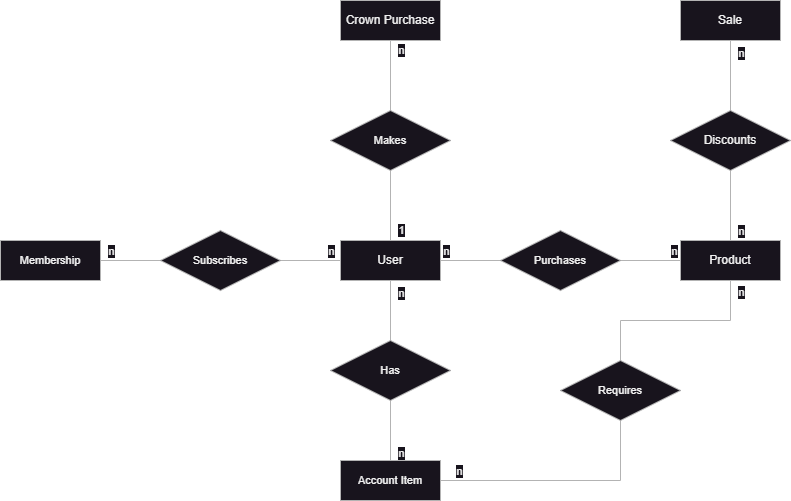
rpeixe/AspNetCore-MvcStore keeps this draw.io diagram as ERModel.png. Above is the earlier version. Source tidied: cells renumbered, new cells last; positions are measured from the earlier drawing's top-left corner, leaving out a move shared by most shapes.
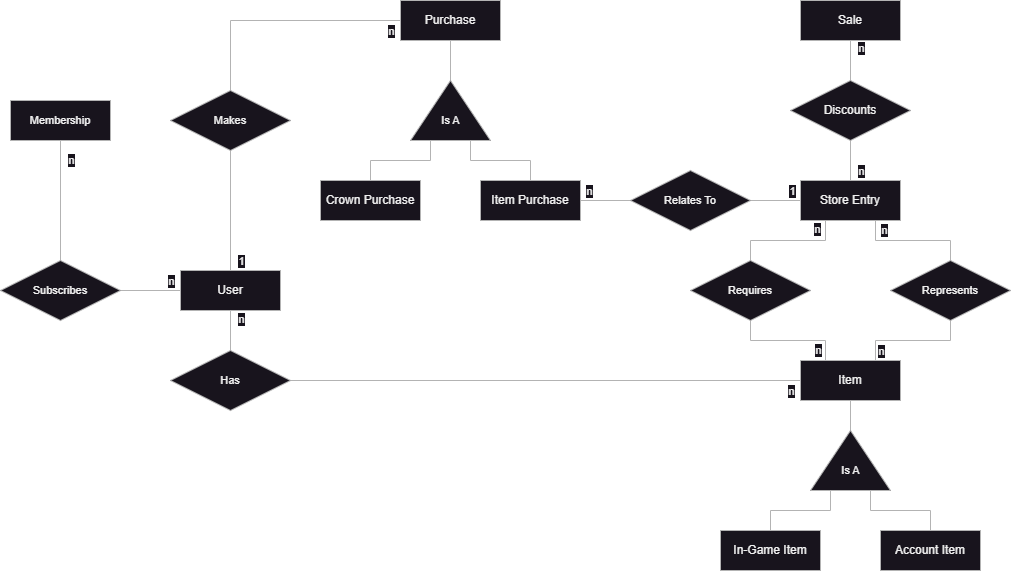
After the change.

Commit message:
Updated conceptual model

Diff of the diagram source:
```diff
@@ -7,7 +7,7 @@
     </mxCell>
     <mxCell id="3" value="1" style="edgeLabel;html=1;align=center;verticalAlign=middle;fontFamily=Helvetica;fontSize=11;fontColor=default;labelBackgroundColor=default;" parent="2" vertex="1">
       <mxGeometry x="-0.64" relative="1" as="geometry">
-        <mxPoint x="10" y="2" as="offset" />
+        <mxPoint x="10" y="12" as="offset" />
       </mxGeometry>
     </mxCell>
     <mxCell id="4" style="edgeStyle=orthogonalEdgeStyle;shape=connector;rounded=0;jettySize=auto;html=1;strokeColor=#B3B3B3;align=center;verticalAlign=middle;fontFamily=Helvetica;fontSize=11;fontColor=default;labelBackgroundColor=default;endArrow=none;endFill=0;" parent="1" edge="1" source="10" target="26">
@@ -18,14 +18,6 @@
         <mxPoint x="9" as="offset" />
       </mxGeometry>
     </mxCell>
-    <mxCell id="6" style="edgeStyle=orthogonalEdgeStyle;shape=connector;rounded=0;jettySize=auto;html=1;strokeColor=#B3B3B3;align=center;verticalAlign=middle;fontFamily=Helvetica;fontSize=11;fontColor=default;labelBackgroundColor=default;endArrow=none;endFill=0;" parent="1" edge="1" source="10" target="27">
-      <mxGeometry relative="1" as="geometry" />
-    </mxCell>
-    <mxCell id="7" value="n" style="edgeLabel;html=1;align=center;verticalAlign=middle;fontFamily=Helvetica;fontSize=11;fontColor=default;labelBackgroundColor=default;" parent="6" vertex="1">
-      <mxGeometry x="-0.77" relative="1" as="geometry">
-        <mxPoint x="-2" y="-10" as="offset" />
-      </mxGeometry>
-    </mxCell>
     <mxCell id="8" style="edgeStyle=orthogonalEdgeStyle;shape=connector;rounded=0;jettySize=auto;html=1;strokeColor=#B3B3B3;align=center;verticalAlign=middle;fontFamily=Helvetica;fontSize=11;fontColor=default;labelBackgroundColor=default;endArrow=none;endFill=0;" parent="1" edge="1" source="10" target="31">
       <mxGeometry relative="1" as="geometry" />
     </mxCell>
@@ -35,92 +27,102 @@
       </mxGeometry>
     </mxCell>
     <mxCell id="10" value="User" style="whiteSpace=wrap;html=1;align=center;strokeColor=#B3B3B3;" parent="1" vertex="1">
-      <mxGeometry x="340" y="240" width="100" height="40" as="geometry" />
+      <mxGeometry x="340" y="290" width="100" height="40" as="geometry" />
     </mxCell>
+    <mxCell id="38" style="edgeStyle=orthogonalEdgeStyle;shape=connector;rounded=0;jettySize=auto;html=1;exitX=0.5;exitY=1;exitDx=0;exitDy=0;entryX=1;entryY=0.5;entryDx=0;entryDy=0;strokeColor=#B3B3B3;align=center;verticalAlign=middle;fontFamily=Helvetica;fontSize=11;fontColor=default;labelBackgroundColor=default;endArrow=none;endFill=0;" parent="1" edge="1" source="11" target="58">
+      <mxGeometry relative="1" as="geometry" />
+    </mxCell>
-    <mxCell id="11" value="Crown Purchase" style="whiteSpace=wrap;html=1;align=center;strokeColor=#B3B3B3;" parent="1" vertex="1">
-      <mxGeometry x="340" width="100" height="40" as="geometry" />
+    <mxCell id="11" value="Purchase" style="whiteSpace=wrap;html=1;align=center;strokeColor=#B3B3B3;" parent="1" vertex="1">
+      <mxGeometry x="560" y="20" width="100" height="40" as="geometry" />
     </mxCell>
-    <mxCell id="12" style="edgeStyle=orthogonalEdgeStyle;shape=connector;rounded=0;jettySize=auto;html=1;strokeColor=#B3B3B3;align=center;verticalAlign=middle;fontFamily=Helvetica;fontSize=11;fontColor=default;labelBackgroundColor=default;endArrow=none;endFill=0;" parent="1" edge="1" source="16" target="23">
+    <mxCell id="12" style="edgeStyle=orthogonalEdgeStyle;shape=connector;rounded=0;jettySize=auto;html=1;strokeColor=#B3B3B3;align=center;verticalAlign=middle;fontFamily=Helvetica;fontSize=11;fontColor=default;labelBackgroundColor=default;endArrow=none;endFill=0;exitX=0.25;exitY=1;exitDx=0;exitDy=0;entryX=0.5;entryY=0;entryDx=0;entryDy=0;" parent="1" edge="1" source="16" target="23">
       <mxGeometry relative="1" as="geometry" />
     </mxCell>
     <mxCell id="13" value="n" style="edgeLabel;html=1;align=center;verticalAlign=middle;fontFamily=Helvetica;fontSize=11;fontColor=default;labelBackgroundColor=default;" parent="12" vertex="1">
       <mxGeometry x="-0.89" y="1" relative="1" as="geometry">
-        <mxPoint x="9" as="offset" />
+        <mxPoint x="-10" y="2" as="offset" />
       </mxGeometry>
     </mxCell>
-    <mxCell id="14" style="edgeStyle=orthogonalEdgeStyle;shape=connector;rounded=0;jettySize=auto;html=1;strokeColor=#B3B3B3;align=center;verticalAlign=middle;fontFamily=Helvetica;fontSize=11;fontColor=default;labelBackgroundColor=default;endArrow=none;endFill=0;" parent="1" edge="1" source="16" target="27">
+    <mxCell id="14" style="edgeStyle=orthogonalEdgeStyle;shape=connector;rounded=0;jettySize=auto;html=1;strokeColor=#B3B3B3;align=center;verticalAlign=middle;fontFamily=Helvetica;fontSize=11;fontColor=default;labelBackgroundColor=default;endArrow=none;endFill=0;entryX=1;entryY=0.5;entryDx=0;entryDy=0;" parent="1" edge="1" source="16" target="56">
       <mxGeometry relative="1" as="geometry" />
     </mxCell>
-    <mxCell id="15" value="n" style="edgeLabel;html=1;align=center;verticalAlign=middle;fontFamily=Helvetica;fontSize=11;fontColor=default;labelBackgroundColor=default;" parent="14" vertex="1">
+    <mxCell id="15" value="1" style="edgeLabel;html=1;align=center;verticalAlign=middle;fontFamily=Helvetica;fontSize=11;fontColor=default;labelBackgroundColor=default;" parent="14" vertex="1">
       <mxGeometry x="-0.8" y="-1" relative="1" as="geometry">
-        <mxPoint x="-1" y="-9" as="offset" />
+        <mxPoint x="27" y="-9" as="offset" />
       </mxGeometry>
     </mxCell>
+    <mxCell id="39" value="1" style="edgeLabel;html=1;align=center;verticalAlign=middle;strokeColor=#B3B3B3;fontFamily=Helvetica;fontSize=11;fontColor=default;labelBackgroundColor=default;fillColor=default;" parent="14" vertex="1">
+      <mxGeometry x="-0.63" y="-1" relative="1" as="geometry">
+        <mxPoint y="-9" as="offset" />
+      </mxGeometry>
+    </mxCell>
+    <mxCell id="40" style="edgeStyle=orthogonalEdgeStyle;shape=connector;rounded=0;jettySize=auto;html=1;exitX=0.75;exitY=1;exitDx=0;exitDy=0;entryX=0.5;entryY=0;entryDx=0;entryDy=0;strokeColor=#B3B3B3;align=center;verticalAlign=middle;fontFamily=Helvetica;fontSize=11;fontColor=default;labelBackgroundColor=default;endArrow=none;endFill=0;" parent="1" edge="1" source="16" target="48">
+      <mxGeometry relative="1" as="geometry" />
+    </mxCell>
+    <mxCell id="41" value="n" style="edgeLabel;html=1;align=center;verticalAlign=middle;strokeColor=#B3B3B3;fontFamily=Helvetica;fontSize=11;fontColor=default;labelBackgroundColor=default;fillColor=default;" parent="40" vertex="1">
+      <mxGeometry x="-0.83" y="-1" relative="1" as="geometry">
+        <mxPoint x="9" y="-1" as="offset" />
+      </mxGeometry>
+    </mxCell>
-    <mxCell id="16" value="Product" style="whiteSpace=wrap;html=1;align=center;strokeColor=#B3B3B3;" parent="1" vertex="1">
-      <mxGeometry x="680" y="240" width="100" height="40" as="geometry" />
+    <mxCell id="16" value="Store Entry" style="whiteSpace=wrap;html=1;align=center;strokeColor=#B3B3B3;" parent="1" vertex="1">
+      <mxGeometry x="960" y="200" width="100" height="40" as="geometry" />
     </mxCell>
-    <mxCell id="17" style="edgeStyle=orthogonalEdgeStyle;shape=connector;rounded=0;jettySize=auto;html=1;strokeColor=#B3B3B3;align=center;verticalAlign=middle;fontFamily=Helvetica;fontSize=11;fontColor=default;labelBackgroundColor=default;endArrow=none;endFill=0;" parent="1" edge="1" source="19" target="11">
+    <mxCell id="17" style="edgeStyle=orthogonalEdgeStyle;shape=connector;rounded=0;jettySize=auto;html=1;strokeColor=#B3B3B3;align=center;verticalAlign=middle;fontFamily=Helvetica;fontSize=11;fontColor=default;labelBackgroundColor=default;endArrow=none;endFill=0;exitX=0.5;exitY=0;exitDx=0;exitDy=0;entryX=0;entryY=0.5;entryDx=0;entryDy=0;" parent="1" edge="1" source="19" target="11">
       <mxGeometry relative="1" as="geometry" />
     </mxCell>
     <mxCell id="18" value="n" style="edgeLabel;html=1;align=center;verticalAlign=middle;fontFamily=Helvetica;fontSize=11;fontColor=default;labelBackgroundColor=default;" parent="17" vertex="1">
       <mxGeometry x="0.75" y="1" relative="1" as="geometry">
-        <mxPoint x="11" as="offset" />
+        <mxPoint x="20" y="11" as="offset" />
       </mxGeometry>
     </mxCell>
     <mxCell id="19" value="Makes" style="shape=rhombus;perimeter=rhombusPerimeter;whiteSpace=wrap;html=1;align=center;fontFamily=Helvetica;fontSize=11;fontColor=default;labelBackgroundColor=default;strokeColor=#B3B3B3;" parent="1" vertex="1">
       <mxGeometry x="330" y="110" width="120" height="60" as="geometry" />
     </mxCell>
-    <mxCell id="20" style="edgeStyle=orthogonalEdgeStyle;shape=connector;rounded=0;jettySize=auto;html=1;strokeColor=#B3B3B3;align=center;verticalAlign=middle;fontFamily=Helvetica;fontSize=11;fontColor=default;labelBackgroundColor=default;endArrow=none;endFill=0;" parent="1" edge="1" source="22" target="23">
+    <mxCell id="20" style="edgeStyle=orthogonalEdgeStyle;shape=connector;rounded=0;jettySize=auto;html=1;strokeColor=#B3B3B3;align=center;verticalAlign=middle;fontFamily=Helvetica;fontSize=11;fontColor=default;labelBackgroundColor=default;endArrow=none;endFill=0;exitX=0.25;exitY=0;exitDx=0;exitDy=0;" parent="1" edge="1" source="45" target="23">
       <mxGeometry relative="1" as="geometry" />
     </mxCell>
     <mxCell id="21" value="n" style="edgeLabel;html=1;align=center;verticalAlign=middle;fontFamily=Helvetica;fontSize=11;fontColor=default;labelBackgroundColor=default;" parent="20" vertex="1">
       <mxGeometry x="-0.85" y="1" relative="1" as="geometry">
-        <mxPoint y="-9" as="offset" />
+        <mxPoint x="-7" y="-2" as="offset" />
       </mxGeometry>
     </mxCell>
-    <mxCell id="22" value="Account Item" style="whiteSpace=wrap;html=1;align=center;fontFamily=Helvetica;fontSize=11;fontColor=default;labelBackgroundColor=default;strokeColor=#B3B3B3;" parent="1" vertex="1">
-      <mxGeometry x="340" y="460" width="100" height="40" as="geometry" />
-    </mxCell>
     <mxCell id="23" value="Requires" style="shape=rhombus;perimeter=rhombusPerimeter;whiteSpace=wrap;html=1;align=center;fontFamily=Helvetica;fontSize=11;fontColor=default;labelBackgroundColor=default;strokeColor=#B3B3B3;" parent="1" vertex="1">
-      <mxGeometry x="560" y="360" width="120" height="60" as="geometry" />
+      <mxGeometry x="850" y="280" width="120" height="60" as="geometry" />
     </mxCell>
-    <mxCell id="24" style="edgeStyle=orthogonalEdgeStyle;shape=connector;rounded=0;jettySize=auto;html=1;strokeColor=#B3B3B3;align=center;verticalAlign=middle;fontFamily=Helvetica;fontSize=11;fontColor=default;labelBackgroundColor=default;endArrow=none;endFill=0;" parent="1" edge="1" source="26" target="22">
+    <mxCell id="24" style="edgeStyle=orthogonalEdgeStyle;shape=connector;rounded=0;jettySize=auto;html=1;strokeColor=#B3B3B3;align=center;verticalAlign=middle;fontFamily=Helvetica;fontSize=11;fontColor=default;labelBackgroundColor=default;endArrow=none;endFill=0;entryX=0;entryY=0.5;entryDx=0;entryDy=0;exitX=1;exitY=0.5;exitDx=0;exitDy=0;" parent="1" edge="1" source="26" target="45">
       <mxGeometry relative="1" as="geometry" />
     </mxCell>
     <mxCell id="25" value="n" style="edgeLabel;html=1;align=center;verticalAlign=middle;fontFamily=Helvetica;fontSize=11;fontColor=default;labelBackgroundColor=default;" parent="24" vertex="1">
       <mxGeometry x="0.69" y="2" relative="1" as="geometry">
-        <mxPoint x="8" y="1" as="offset" />
+        <mxPoint x="70" y="12" as="offset" />
       </mxGeometry>
     </mxCell>
     <mxCell id="26" value="Has" style="shape=rhombus;perimeter=rhombusPerimeter;whiteSpace=wrap;html=1;align=center;fontFamily=Helvetica;fontSize=11;fontColor=default;labelBackgroundColor=default;strokeColor=#B3B3B3;" parent="1" vertex="1">
-      <mxGeometry x="330" y="340" width="120" height="60" as="geometry" />
+      <mxGeometry x="330" y="370" width="120" height="60" as="geometry" />
     </mxCell>
-    <mxCell id="27" value="Purchases" style="shape=rhombus;perimeter=rhombusPerimeter;whiteSpace=wrap;html=1;align=center;fontFamily=Helvetica;fontSize=11;fontColor=default;labelBackgroundColor=default;strokeColor=#B3B3B3;" parent="1" vertex="1">
-      <mxGeometry x="500" y="230" width="120" height="60" as="geometry" />
-    </mxCell>
     <mxCell id="28" value="Membership" style="whiteSpace=wrap;html=1;align=center;fontFamily=Helvetica;fontSize=11;fontColor=default;labelBackgroundColor=default;strokeColor=#B3B3B3;" parent="1" vertex="1">
-      <mxGeometry y="240" width="100" height="40" as="geometry" />
+      <mxGeometry x="170" y="120" width="100" height="40" as="geometry" />
     </mxCell>
     <mxCell id="29" style="edgeStyle=orthogonalEdgeStyle;shape=connector;rounded=0;jettySize=auto;html=1;strokeColor=#B3B3B3;align=center;verticalAlign=middle;fontFamily=Helvetica;fontSize=11;fontColor=default;labelBackgroundColor=default;endArrow=none;endFill=0;" parent="1" edge="1" source="31" target="28">
       <mxGeometry relative="1" as="geometry" />
     </mxCell>
     <mxCell id="30" value="n" style="edgeLabel;html=1;align=center;verticalAlign=middle;fontFamily=Helvetica;fontSize=11;fontColor=default;labelBackgroundColor=default;" parent="29" vertex="1">
       <mxGeometry x="0.67" y="-2" relative="1" as="geometry">
-        <mxPoint y="-8" as="offset" />
+        <mxPoint x="8" y="-1" as="offset" />
       </mxGeometry>
     </mxCell>
     <mxCell id="31" value="Subscribes" style="shape=rhombus;perimeter=rhombusPerimeter;whiteSpace=wrap;html=1;align=center;fontFamily=Helvetica;fontSize=11;fontColor=default;labelBackgroundColor=default;strokeColor=#B3B3B3;" parent="1" vertex="1">
-      <mxGeometry x="160" y="230" width="120" height="60" as="geometry" />
+      <mxGeometry x="160" y="280" width="120" height="60" as="geometry" />
     </mxCell>
     <mxCell id="32" value="Sale" style="whiteSpace=wrap;html=1;align=center;strokeColor=#B3B3B3;" parent="1" vertex="1">
-      <mxGeometry x="680" width="100" height="40" as="geometry" />
+      <mxGeometry x="960" y="20" width="100" height="40" as="geometry" />
     </mxCell>
     <mxCell id="33" style="edgeStyle=orthogonalEdgeStyle;shape=connector;rounded=0;jettySize=auto;html=1;strokeColor=#B3B3B3;align=center;verticalAlign=middle;fontFamily=Helvetica;fontSize=11;fontColor=default;labelBackgroundColor=default;endArrow=none;endFill=0;" parent="1" edge="1" source="37" target="16">
       <mxGeometry relative="1" as="geometry" />
     </mxCell>
     <mxCell id="34" value="n" style="edgeLabel;html=1;align=center;verticalAlign=middle;fontFamily=Helvetica;fontSize=11;fontColor=default;labelBackgroundColor=default;" parent="33" vertex="1">
       <mxGeometry x="0.66" y="3" relative="1" as="geometry">
-        <mxPoint x="7" y="2" as="offset" />
+        <mxPoint x="7" y="-3" as="offset" />
       </mxGeometry>
     </mxCell>
     <mxCell id="35" style="edgeStyle=orthogonalEdgeStyle;shape=connector;rounded=0;jettySize=auto;html=1;strokeColor=#B3B3B3;align=center;verticalAlign=middle;fontFamily=Helvetica;fontSize=11;fontColor=default;labelBackgroundColor=default;endArrow=none;endFill=0;" parent="1" edge="1" source="37" target="32">
@@ -132,7 +134,77 @@
       </mxGeometry>
     </mxCell>
     <mxCell id="37" value="Discounts" style="shape=rhombus;perimeter=rhombusPerimeter;whiteSpace=wrap;html=1;align=center;strokeColor=#B3B3B3;" parent="1" vertex="1">
-      <mxGeometry x="670" y="110" width="120" height="60" as="geometry" />
+      <mxGeometry x="950" y="100" width="120" height="60" as="geometry" />
     </mxCell>
+    <mxCell id="42" style="edgeStyle=orthogonalEdgeStyle;shape=connector;rounded=0;jettySize=auto;html=1;exitX=0;exitY=0.25;exitDx=0;exitDy=0;entryX=0.5;entryY=0;entryDx=0;entryDy=0;strokeColor=#B3B3B3;align=center;verticalAlign=middle;fontFamily=Helvetica;fontSize=11;fontColor=default;labelBackgroundColor=default;endArrow=none;endFill=0;" parent="1" edge="1" source="61" target="49">
+      <mxGeometry relative="1" as="geometry" />
+    </mxCell>
+    <mxCell id="43" style="edgeStyle=orthogonalEdgeStyle;shape=connector;rounded=0;jettySize=auto;html=1;exitX=0;exitY=0.75;exitDx=0;exitDy=0;entryX=0.5;entryY=0;entryDx=0;entryDy=0;strokeColor=#B3B3B3;align=center;verticalAlign=middle;fontFamily=Helvetica;fontSize=11;fontColor=default;labelBackgroundColor=default;endArrow=none;endFill=0;" parent="1" edge="1" source="61" target="22">
+      <mxGeometry relative="1" as="geometry" />
+    </mxCell>
+    <mxCell id="44" style="edgeStyle=orthogonalEdgeStyle;shape=connector;rounded=0;jettySize=auto;html=1;exitX=0.5;exitY=1;exitDx=0;exitDy=0;entryX=1;entryY=0.5;entryDx=0;entryDy=0;strokeColor=#B3B3B3;align=center;verticalAlign=middle;fontFamily=Helvetica;fontSize=11;fontColor=default;labelBackgroundColor=default;endArrow=none;endFill=0;" parent="1" edge="1" source="45" target="61">
+      <mxGeometry relative="1" as="geometry" />
+    </mxCell>
+    <mxCell id="45" value="Item" style="whiteSpace=wrap;html=1;align=center;strokeColor=#B3B3B3;" parent="1" vertex="1">
+      <mxGeometry x="960" y="380" width="100" height="40" as="geometry" />
+    </mxCell>
+    <mxCell id="46" style="edgeStyle=orthogonalEdgeStyle;shape=connector;rounded=0;jettySize=auto;html=1;exitX=0.5;exitY=1;exitDx=0;exitDy=0;entryX=0.75;entryY=0;entryDx=0;entryDy=0;strokeColor=#B3B3B3;align=center;verticalAlign=middle;fontFamily=Helvetica;fontSize=11;fontColor=default;labelBackgroundColor=default;endArrow=none;endFill=0;" parent="1" edge="1" source="48" target="45">
+      <mxGeometry relative="1" as="geometry" />
+    </mxCell>
+    <mxCell id="47" value="n" style="edgeLabel;html=1;align=center;verticalAlign=middle;strokeColor=#B3B3B3;fontFamily=Helvetica;fontSize=11;fontColor=default;labelBackgroundColor=default;fillColor=default;" parent="46" vertex="1">
+      <mxGeometry x="0.66" y="-2" relative="1" as="geometry">
+        <mxPoint x="7" y="9" as="offset" />
+      </mxGeometry>
+    </mxCell>
+    <mxCell id="48" value="Represents" style="shape=rhombus;perimeter=rhombusPerimeter;whiteSpace=wrap;html=1;align=center;fontFamily=Helvetica;fontSize=11;fontColor=default;labelBackgroundColor=default;strokeColor=#B3B3B3;" parent="1" vertex="1">
+      <mxGeometry x="1050" y="280" width="120" height="60" as="geometry" />
+    </mxCell>
+    <mxCell id="49" value="In-Game Item" style="whiteSpace=wrap;html=1;align=center;strokeColor=#B3B3B3;" parent="1" vertex="1">
+      <mxGeometry x="880" y="550" width="100" height="40" as="geometry" />
+    </mxCell>
+    <mxCell id="22" value="Account Item" style="whiteSpace=wrap;html=1;align=center;strokeColor=#B3B3B3;" parent="1" vertex="1">
+      <mxGeometry x="1040" y="550" width="100" height="40" as="geometry" />
+    </mxCell>
+    <mxCell id="50" style="edgeStyle=orthogonalEdgeStyle;shape=connector;rounded=0;jettySize=auto;html=1;exitX=0;exitY=0.25;exitDx=0;exitDy=0;entryX=0.5;entryY=0;entryDx=0;entryDy=0;strokeColor=#B3B3B3;align=center;verticalAlign=middle;fontFamily=Helvetica;fontSize=11;fontColor=default;labelBackgroundColor=default;endArrow=none;endFill=0;" parent="1" edge="1" source="58" target="52">
+      <mxGeometry relative="1" as="geometry" />
+    </mxCell>
+    <mxCell id="51" style="edgeStyle=orthogonalEdgeStyle;shape=connector;rounded=0;jettySize=auto;html=1;exitX=0;exitY=0.75;exitDx=0;exitDy=0;entryX=0.5;entryY=0;entryDx=0;entryDy=0;strokeColor=#B3B3B3;align=center;verticalAlign=middle;fontFamily=Helvetica;fontSize=11;fontColor=default;labelBackgroundColor=default;endArrow=none;endFill=0;" parent="1" edge="1" source="58" target="55">
+      <mxGeometry relative="1" as="geometry" />
+    </mxCell>
+    <mxCell id="52" value="Crown Purchase" style="whiteSpace=wrap;html=1;align=center;strokeColor=#B3B3B3;" parent="1" vertex="1">
+      <mxGeometry x="480" y="200" width="100" height="40" as="geometry" />
+    </mxCell>
+    <mxCell id="53" style="edgeStyle=orthogonalEdgeStyle;shape=connector;rounded=0;jettySize=auto;html=1;exitX=1;exitY=0.5;exitDx=0;exitDy=0;entryX=0;entryY=0.5;entryDx=0;entryDy=0;strokeColor=#B3B3B3;align=center;verticalAlign=middle;fontFamily=Helvetica;fontSize=11;fontColor=default;labelBackgroundColor=default;endArrow=none;endFill=0;" parent="1" edge="1" source="55" target="56">
+      <mxGeometry relative="1" as="geometry" />
+    </mxCell>
+    <mxCell id="54" value="n" style="edgeLabel;html=1;align=center;verticalAlign=middle;strokeColor=#B3B3B3;fontFamily=Helvetica;fontSize=11;fontColor=default;labelBackgroundColor=default;fillColor=default;" parent="53" vertex="1">
+      <mxGeometry x="-0.67" relative="1" as="geometry">
+        <mxPoint y="-10" as="offset" />
+      </mxGeometry>
+    </mxCell>
+    <mxCell id="55" value="Item Purchase" style="whiteSpace=wrap;html=1;align=center;strokeColor=#B3B3B3;" parent="1" vertex="1">
+      <mxGeometry x="640" y="200" width="100" height="40" as="geometry" />
+    </mxCell>
+    <mxCell id="56" value="Relates To" style="shape=rhombus;perimeter=rhombusPerimeter;whiteSpace=wrap;html=1;align=center;fontFamily=Helvetica;fontSize=11;fontColor=default;labelBackgroundColor=default;strokeColor=#B3B3B3;" parent="1" vertex="1">
+      <mxGeometry x="790" y="190" width="120" height="60" as="geometry" />
+    </mxCell>
+    <mxCell id="57" style="group;" parent="1" vertex="1">
+      <mxGeometry x="570" y="100" width="80" height="60" as="geometry" />
+    </mxCell>
+    <mxCell id="58" style="triangle;whiteSpace=wrap;html=1;strokeColor=#B3B3B3;align=center;verticalAlign=middle;fontFamily=Helvetica;fontSize=11;fontColor=default;labelBackgroundColor=default;fillColor=default;rotation=0;direction=north;" parent="57" vertex="1">
+      <mxGeometry width="80" height="60" as="geometry" />
+    </mxCell>
+    <mxCell id="59" value="Is A" style="text;html=1;align=center;verticalAlign=middle;strokeColor=none;fillColor=none;fontFamily=Helvetica;fontSize=11;fontColor=default;labelBackgroundColor=default;" parent="57" vertex="1">
+      <mxGeometry x="20" y="25" width="40" height="30" as="geometry" />
+    </mxCell>
+    <mxCell id="60" style="group;" parent="1" vertex="1">
+      <mxGeometry x="970" y="450" width="80" height="60" as="geometry" />
+    </mxCell>
+    <mxCell id="61" style="triangle;whiteSpace=wrap;html=1;strokeColor=#B3B3B3;align=center;verticalAlign=middle;fontFamily=Helvetica;fontSize=11;fontColor=default;labelBackgroundColor=default;fillColor=default;rotation=0;direction=north;" parent="60" vertex="1">
+      <mxGeometry width="80" height="60" as="geometry" />
+    </mxCell>
+    <mxCell id="62" value="Is A" style="text;html=1;align=center;verticalAlign=middle;strokeColor=none;fillColor=none;fontFamily=Helvetica;fontSize=11;fontColor=default;labelBackgroundColor=default;" parent="60" vertex="1">
+      <mxGeometry x="20" y="25" width="40" height="30" as="geometry" />
+    </mxCell>
   </root>
 </mxGraphModel>
```
